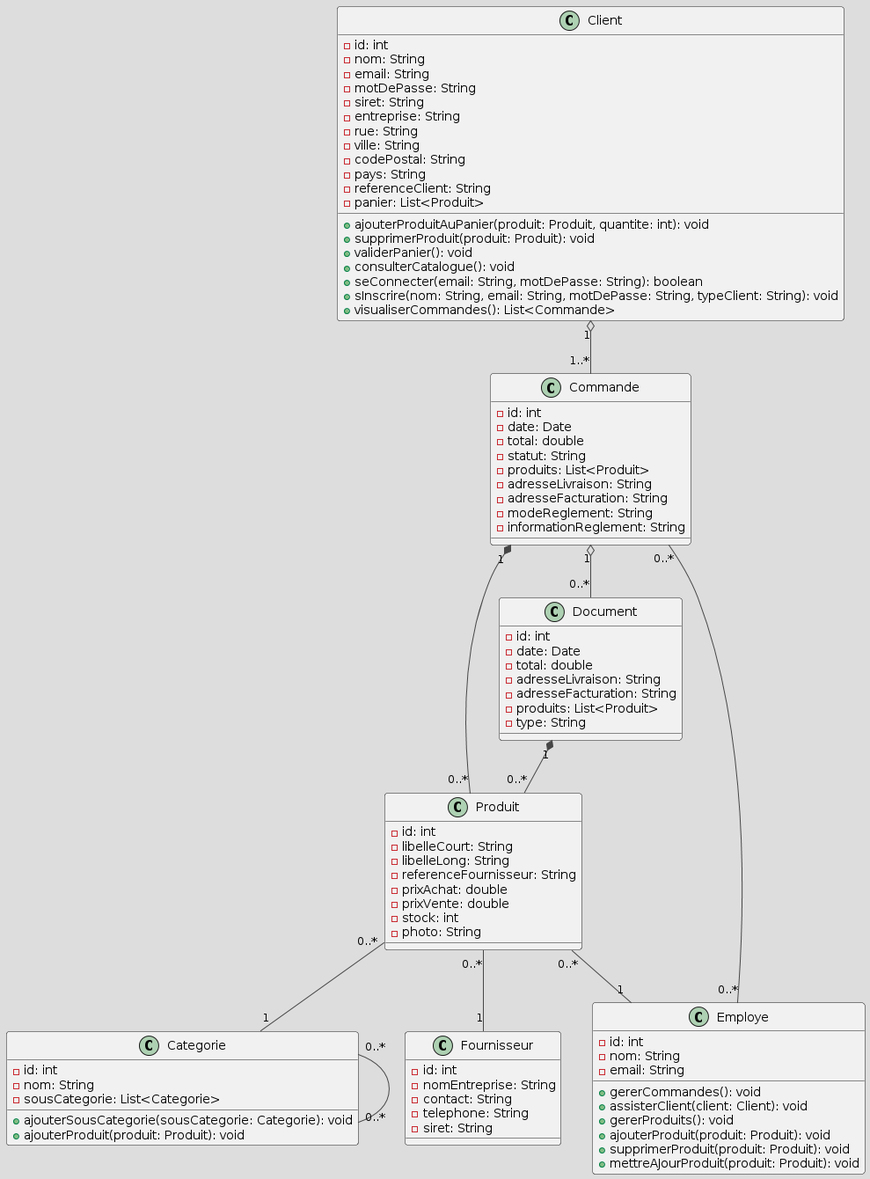
Before: modelisation/diagramme_classe.png, a diagram exported from PlantUML (clemence95/villagegreen).
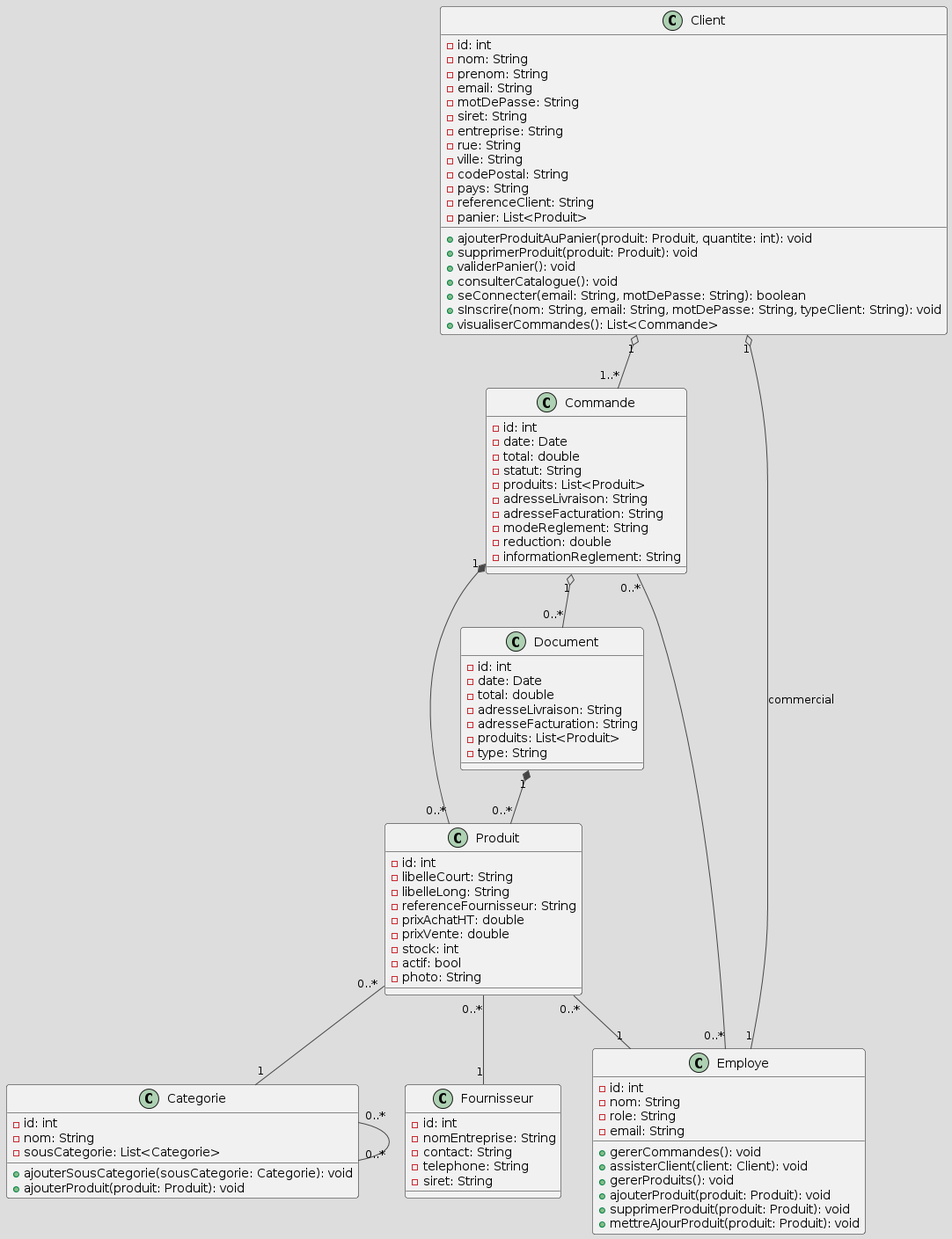
After the commit.

Diff of the diagram source:
```diff
@@ -4,6 +4,7 @@
 class Client {
     - id: int
     - nom: String
+    - prenom: String
     - email: String
     - motDePasse: String
     - siret: String
@@ -28,9 +29,10 @@
     - libelleCourt: String
     - libelleLong: String
     - referenceFournisseur: String
-    - prixAchat: double
+    - prixAchatHT: double
     - prixVente: double
     - stock: int
+    - actif: bool
     - photo: String
 }
 
@@ -59,6 +61,7 @@
     - adresseLivraison: String
     - adresseFacturation: String
     - modeReglement: String
+    - reduction: double
     - informationReglement: String
 }
 
@@ -75,6 +78,7 @@
 class Employe {
     - id: int
     - nom: String
+    - role: String
     - email: String
     + gererCommandes(): void
     + assisterClient(client: Client): void
@@ -84,6 +88,7 @@
     + mettreAJourProduit(produit: Produit): void
 }
 
+Client "1" o-- "1" Employe : commercial
 Client "1" o-- "1..*" Commande
 Commande "1" *-- "0..*" Produit
 Commande "1" o-- "0..*" Document
```
